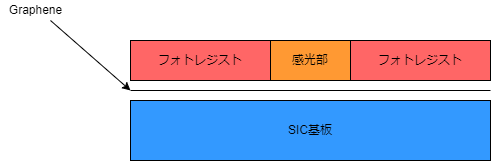
Hideaki2000/paper keeps this draw.io diagram as 半導体プロセス/Fig3_device_process.drawio.png. Above is the earlier version. Source tidied: cells renumbered, new cells last; positions are measured from the earlier drawing's top-left corner, leaving out a move shared by most shapes. Source of this version:
```xml
<mxGraphModel>
  <root>
    <mxCell id="0" />
    <mxCell id="1" parent="0" />
    <mxCell id="2" value="SIC基板" style="rounded=0;whiteSpace=wrap;html=1;fillColor=#3399FF;" parent="1" vertex="1">
      <mxGeometry x="130" y="100" width="360" height="60" as="geometry" />
    </mxCell>
    <mxCell id="3" style="endArrow=none;html=1;" parent="1" edge="1">
      <mxGeometry relative="1" as="geometry">
        <mxPoint x="130" y="90" as="sourcePoint" />
        <mxPoint x="490" y="90" as="targetPoint" />
      </mxGeometry>
    </mxCell>
    <mxCell id="4" style="endArrow=classic;html=1;" parent="1" edge="1">
      <mxGeometry relative="1" as="geometry">
        <mxPoint x="50" y="20" as="sourcePoint" />
        <mxPoint x="130" y="90" as="targetPoint" />
      </mxGeometry>
    </mxCell>
    <mxCell id="5" value="Graphene" style="text;html=1;align=center;verticalAlign=middle;strokeColor=none;fillColor=none;" parent="1" vertex="1">
      <mxGeometry width="70" height="20" as="geometry" />
    </mxCell>
    <mxCell id="6" value="フォトレジスト" style="rounded=0;whiteSpace=wrap;html=1;fillColor=#FF6666;" parent="1" vertex="1">
      <mxGeometry x="130" y="40" width="140" height="40" as="geometry" />
    </mxCell>
    <mxCell id="7" value="フォトレジスト" style="rounded=0;whiteSpace=wrap;html=1;fillColor=#FF6666;" parent="1" vertex="1">
      <mxGeometry x="350" y="40" width="140" height="40" as="geometry" />
    </mxCell>
    <mxCell id="8" value="感光部" style="rounded=0;whiteSpace=wrap;html=1;fillColor=#FF9933;" parent="1" vertex="1">
      <mxGeometry x="270" y="40" width="80" height="40" as="geometry" />
    </mxCell>
  </root>
</mxGraphModel>
```
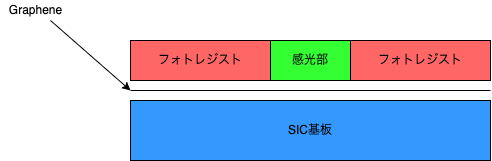
Above is the later version.

Change to the diagram source:
```diff
@@ -26,7 +26,7 @@
     <mxCell id="7" value="フォトレジスト" style="rounded=0;whiteSpace=wrap;html=1;fillColor=#FF6666;" parent="1" vertex="1">
       <mxGeometry x="350" y="40" width="140" height="40" as="geometry" />
     </mxCell>
-    <mxCell id="8" value="感光部" style="rounded=0;whiteSpace=wrap;html=1;fillColor=#FF9933;" parent="1" vertex="1">
+    <mxCell id="8" value="感光部" style="rounded=0;whiteSpace=wrap;html=1;fillColor=#33FF33;" parent="1" vertex="1">
       <mxGeometry x="270" y="40" width="80" height="40" as="geometry" />
     </mxCell>
   </root>
```
